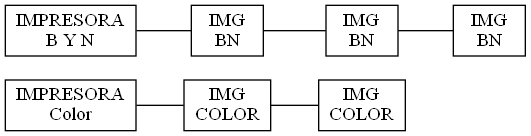
The Graphviz diagram Fase1/colaImpresoras.png in d-acetun/simulacion-sistema-impresion-de-imagenes, before a commit. Its source is kept beside it as Fase1/colaImpresoras.dot.
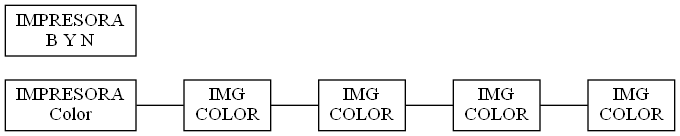
After the change.

Diff of the diagram source:
```diff
@@ -4,15 +4,13 @@
 0 [label="IMPRESORA\nColor"]
 1 [label="IMG\nCOLOR"]
 2 [label="IMG\nCOLOR"]
-3 [label="IMPRESORA\nB Y N"]
-4 [label="IMG\nBN"]
-5 [label="IMG\nBN"]
-6 [label="IMG\nBN"]
+3 [label="IMG\nCOLOR"]
+4 [label="IMG\nCOLOR"]
+5 [label="IMPRESORA\nB Y N"]
 0->1
 1->2
+2->3
 3->4
-4->5
-5->6
-{rank=same; 0; 3}
+{rank=same; 0; 5}
 rankdir=LR
 }
```
